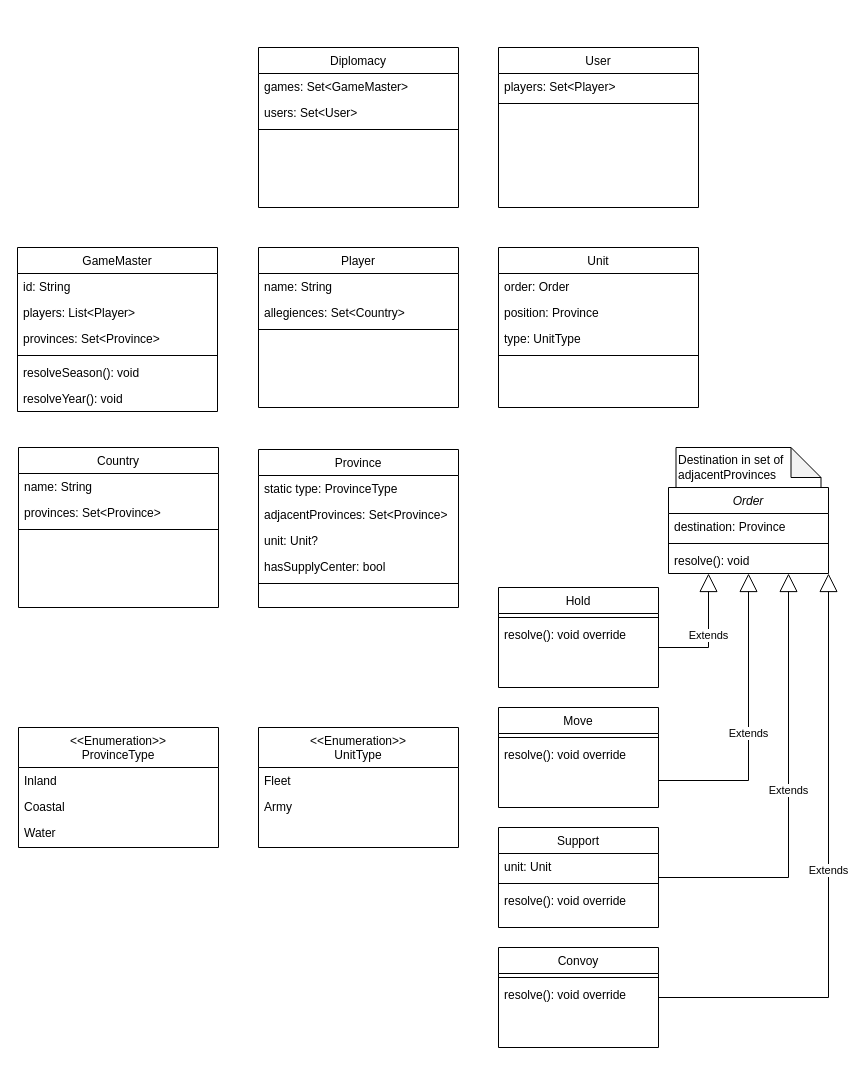
Before: docs/backend-uml.drawio in CPTR450-Diplomacy/backend, a draw.io diagram. Source tidied: cells renumbered, new cells numbered last; positions are measured from the earlier drawing's top-left corner, leaving out a move shared by most shapes. Both pictures are drawn from the tidied source at 100%, with x=0, y=0 at pixel (17, 47).
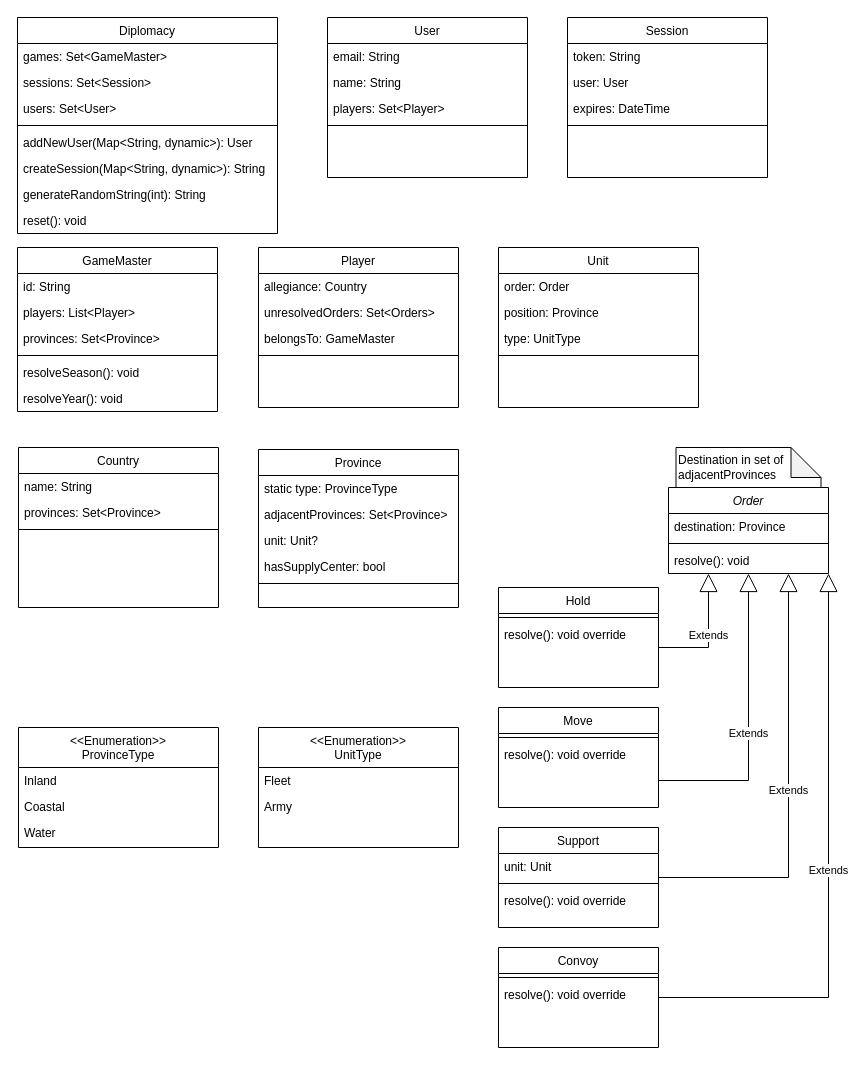
After the change.

Unchanged cells that the change refers to:
```xml
<mxCell id="2" value="Player" style="swimlane;fontStyle=0;align=center;verticalAlign=top;horizontal=1;startSize=26;rounded=0;shadow=0;strokeWidth=1;" parent="1" vertex="1">
  <mxGeometry x="241" y="200" width="200" height="160" as="geometry" />
</mxCell>
```

What changed in the source:
```diff
@@
-    <mxCell id="3" value="name: String" style="text;align=left;verticalAlign=top;spacingLeft=4;spacingRight=4;overflow=hidden;" parent="2" vertex="1">
-      <mxGeometry y="26" width="200" height="26" as="geometry" />
-    </mxCell>
-    <mxCell id="4" value="allegiences: Set&lt;Country&gt;" style="text;align=left;verticalAlign=top;spacingLeft=4;spacingRight=4;overflow=hidden;" parent="2" vertex="1">
-      <mxGeometry y="52" width="200" height="26" as="geometry" />
+    <mxCell id="4" value="allegiance: Country" style="text;align=left;verticalAlign=top;spacingLeft=4;spacingRight=4;overflow=hidden;" parent="2" vertex="1">
+      <mxGeometry y="26" width="200" height="26" as="geometry" />
     </mxCell>
+    <mxCell id="64" value="unresolvedOrders: Set&lt;Orders&gt;" style="text;align=left;verticalAlign=top;spacingLeft=4;spacingRight=4;overflow=hidden;" parent="2" vertex="1">
+      <mxGeometry y="52" width="200" height="26" as="geometry" />
+    </mxCell>
+    <mxCell id="65" value="belongsTo: GameMaster" style="text;align=left;verticalAlign=top;spacingLeft=4;spacingRight=4;overflow=hidden;" parent="2" vertex="1">
+      <mxGeometry y="78" width="200" height="26" as="geometry" />
+    </mxCell>
     <mxCell id="5" style="line;html=1;strokeWidth=1;align=left;verticalAlign=middle;spacingTop=-1;spacingLeft=3;spacingRight=3;labelPosition=right;" parent="2" vertex="1">
-      <mxGeometry y="78" width="200" height="8" as="geometry" />
+      <mxGeometry y="104" width="200" height="8" as="geometry" />
     </mxCell>
@@
     <mxCell id="57" value="Diplomacy" style="swimlane;fontStyle=0;align=center;verticalAlign=top;horizontal=1;startSize=26;rounded=0;shadow=0;strokeWidth=1;" parent="1" vertex="1">
-      <mxGeometry x="241" width="200" height="160" as="geometry" />
+      <mxGeometry y="-30" width="260" height="216" as="geometry" />
     </mxCell>
     <mxCell id="58" value="games: Set&lt;GameMaster&gt;" style="text;align=left;verticalAlign=top;spacingLeft=4;spacingRight=4;overflow=hidden;" parent="57" vertex="1">
-      <mxGeometry y="26" width="200" height="26" as="geometry" />
+      <mxGeometry y="26" width="260" height="26" as="geometry" />
     </mxCell>
+    <mxCell id="66" value="sessions: Set&lt;Session&gt;" style="text;align=left;verticalAlign=top;spacingLeft=4;spacingRight=4;overflow=hidden;" parent="57" vertex="1">
+      <mxGeometry y="52" width="260" height="26" as="geometry" />
+    </mxCell>
     <mxCell id="59" value="users: Set&lt;User&gt;" style="text;align=left;verticalAlign=top;spacingLeft=4;spacingRight=4;overflow=hidden;" parent="57" vertex="1">
-      <mxGeometry y="52" width="200" height="26" as="geometry" />
+      <mxGeometry y="78" width="260" height="26" as="geometry" />
     </mxCell>
     <mxCell id="60" style="line;html=1;strokeWidth=1;align=left;verticalAlign=middle;spacingTop=-1;spacingLeft=3;spacingRight=3;labelPosition=right;" parent="57" vertex="1">
-      <mxGeometry y="78" width="200" height="8" as="geometry" />
+      <mxGeometry y="104" width="260" height="8" as="geometry" />
     </mxCell>
+    <mxCell id="67" value="addNewUser(Map&lt;String, dynamic&gt;): User" style="text;align=left;verticalAlign=top;spacingLeft=4;spacingRight=4;overflow=hidden;" parent="57" vertex="1">
+      <mxGeometry y="112" width="260" height="26" as="geometry" />
+    </mxCell>
+    <mxCell id="68" value="createSession(Map&lt;String, dynamic&gt;): String" style="text;align=left;verticalAlign=top;spacingLeft=4;spacingRight=4;overflow=hidden;" parent="57" vertex="1">
+      <mxGeometry y="138" width="260" height="26" as="geometry" />
+    </mxCell>
+    <mxCell id="69" value="generateRandomString(int): String" style="text;align=left;verticalAlign=top;spacingLeft=4;spacingRight=4;overflow=hidden;" parent="57" vertex="1">
+      <mxGeometry y="164" width="260" height="26" as="geometry" />
+    </mxCell>
+    <mxCell id="70" value="reset(): void" style="text;align=left;verticalAlign=top;spacingLeft=4;spacingRight=4;overflow=hidden;" parent="57" vertex="1">
+      <mxGeometry y="190" width="260" height="26" as="geometry" />
+    </mxCell>
     <mxCell id="61" value="User" style="swimlane;fontStyle=0;align=center;verticalAlign=top;horizontal=1;startSize=26;rounded=0;shadow=0;strokeWidth=1;" parent="1" vertex="1">
-      <mxGeometry x="481" width="200" height="160" as="geometry" />
+      <mxGeometry x="310" y="-30" width="200" height="160" as="geometry" />
     </mxCell>
+    <mxCell id="71" value="email: String" style="text;align=left;verticalAlign=top;spacingLeft=4;spacingRight=4;overflow=hidden;" parent="61" vertex="1">
+      <mxGeometry y="26" width="200" height="26" as="geometry" />
+    </mxCell>
+    <mxCell id="3" value="name: String" style="text;align=left;verticalAlign=top;spacingLeft=4;spacingRight=4;overflow=hidden;" parent="61" vertex="1">
+      <mxGeometry y="52" width="200" height="26" as="geometry" />
+    </mxCell>
     <mxCell id="62" value="players: Set&lt;Player&gt;" style="text;align=left;verticalAlign=top;spacingLeft=4;spacingRight=4;overflow=hidden;" parent="61" vertex="1">
-      <mxGeometry y="26" width="200" height="26" as="geometry" />
+      <mxGeometry y="78" width="200" height="26" as="geometry" />
     </mxCell>
     <mxCell id="63" style="line;html=1;strokeWidth=1;align=left;verticalAlign=middle;spacingTop=-1;spacingLeft=3;spacingRight=3;labelPosition=right;" parent="61" vertex="1">
-      <mxGeometry y="52" width="200" height="8" as="geometry" />
+      <mxGeometry y="104" width="200" height="8" as="geometry" />
     </mxCell>
+    <mxCell id="72" value="Session" style="swimlane;fontStyle=0;align=center;verticalAlign=top;horizontal=1;startSize=26;rounded=0;shadow=0;strokeWidth=1;" parent="1" vertex="1">
+      <mxGeometry x="550" y="-30" width="200" height="160" as="geometry" />
+    </mxCell>
+    <mxCell id="73" value="token: String" style="text;align=left;verticalAlign=top;spacingLeft=4;spacingRight=4;overflow=hidden;" parent="72" vertex="1">
+      <mxGeometry y="26" width="200" height="26" as="geometry" />
+    </mxCell>
+    <mxCell id="74" value="user: User" style="text;align=left;verticalAlign=top;spacingLeft=4;spacingRight=4;overflow=hidden;" parent="72" vertex="1">
+      <mxGeometry y="52" width="200" height="26" as="geometry" />
+    </mxCell>
+    <mxCell id="75" value="expires: DateTime" style="text;align=left;verticalAlign=top;spacingLeft=4;spacingRight=4;overflow=hidden;" parent="72" vertex="1">
+      <mxGeometry y="78" width="200" height="26" as="geometry" />
+    </mxCell>
+    <mxCell id="76" style="line;html=1;strokeWidth=1;align=left;verticalAlign=middle;spacingTop=-1;spacingLeft=3;spacingRight=3;labelPosition=right;" parent="72" vertex="1">
+      <mxGeometry y="104" width="200" height="8" as="geometry" />
+    </mxCell>
```
